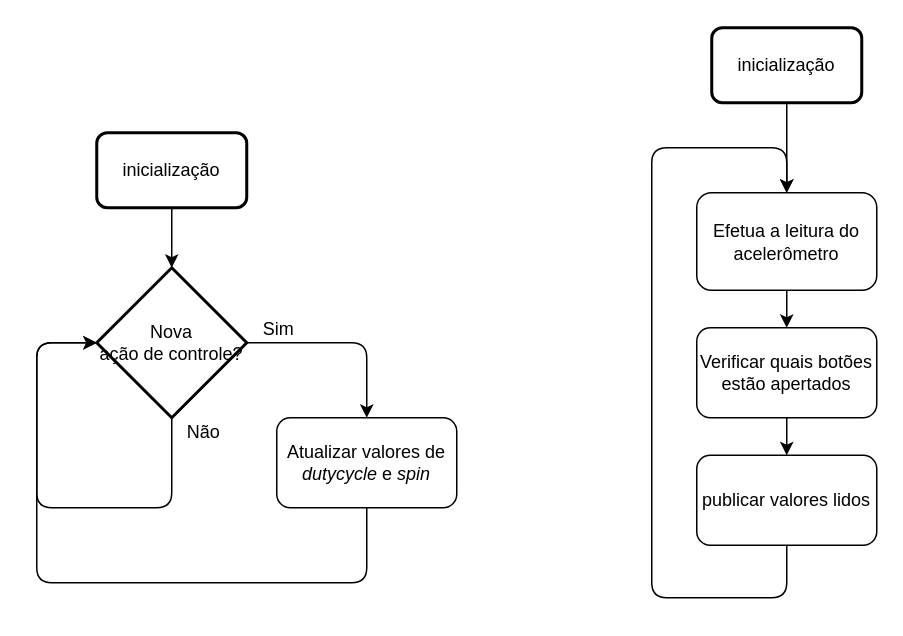
Earlier version of the draw.io diagram diagramas/firmware_flux.drawio (bydansouza/ifscTCC). Source tidied: cells renumbered, new cells numbered last; positions are measured from the earlier drawing's top-left corner, leaving out a move shared by most shapes. Both pictures are drawn from the tidied source at 150%, with x=0, y=0 at pixel (36, 27).
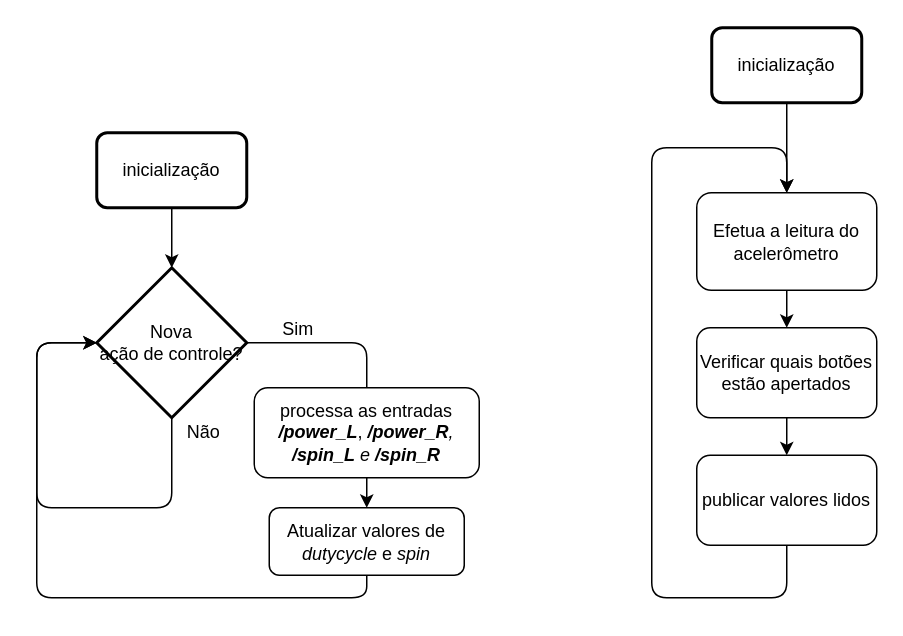
Above is the later version.

The change refers to these unchanged cells:
```xml
<mxCell id="2" value="&lt;div&gt;Nova&lt;/div&gt;&lt;div&gt;ação de controle? &lt;/div&gt;" style="strokeWidth=2;html=1;shape=mxgraph.flowchart.decision;whiteSpace=wrap;" parent="1" vertex="1">
  <mxGeometry x="40" y="160" width="100" height="100" as="geometry" />
</mxCell>
```

What changed in the source:
```diff
@@
     <mxCell id="4" value="Atualizar valores de &lt;i&gt;dutycycle &lt;/i&gt;e &lt;i&gt;spin&lt;/i&gt;" style="rounded=1;whiteSpace=wrap;html=1;" parent="1" vertex="1">
-      <mxGeometry x="160" y="260" width="120" height="60" as="geometry" />
+      <mxGeometry x="155" y="320" width="130" height="45" as="geometry" />
     </mxCell>
@@
     <mxCell id="10" style="endArrow=classic;html=1;entryX=0;entryY=0.5;entryDx=0;entryDy=0;entryPerimeter=0;exitX=0.5;exitY=1;exitDx=0;exitDy=0;" parent="1" edge="1" source="4" target="2">
       <mxGeometry relative="1" as="geometry">
         <Array as="points">
-          <mxPoint x="220" y="370" />
-          <mxPoint y="370" />
+          <mxPoint x="220" y="380" />
+          <mxPoint y="380" />
           <mxPoint y="210" />
         </Array>
       </mxGeometry>
     </mxCell>
@@
+    <mxCell id="19" value="processa as entradas &lt;i&gt;&lt;b&gt;/power_L&lt;/b&gt;&lt;/i&gt;, &lt;b&gt;&lt;i&gt;/power_R&lt;/i&gt;&lt;/b&gt;&lt;i&gt;, &lt;/i&gt;&lt;br&gt;&lt;i&gt;&lt;i&gt;&lt;b&gt;/spin_L&lt;/b&gt;&lt;/i&gt; e &lt;b&gt;&lt;i&gt;/spin_R&lt;/i&gt;&lt;/b&gt;&lt;/i&gt;" style="rounded=1;whiteSpace=wrap;html=1;" parent="1" vertex="1">
+      <mxGeometry x="145" y="240" width="150" height="60" as="geometry" />
+    </mxCell>
```
